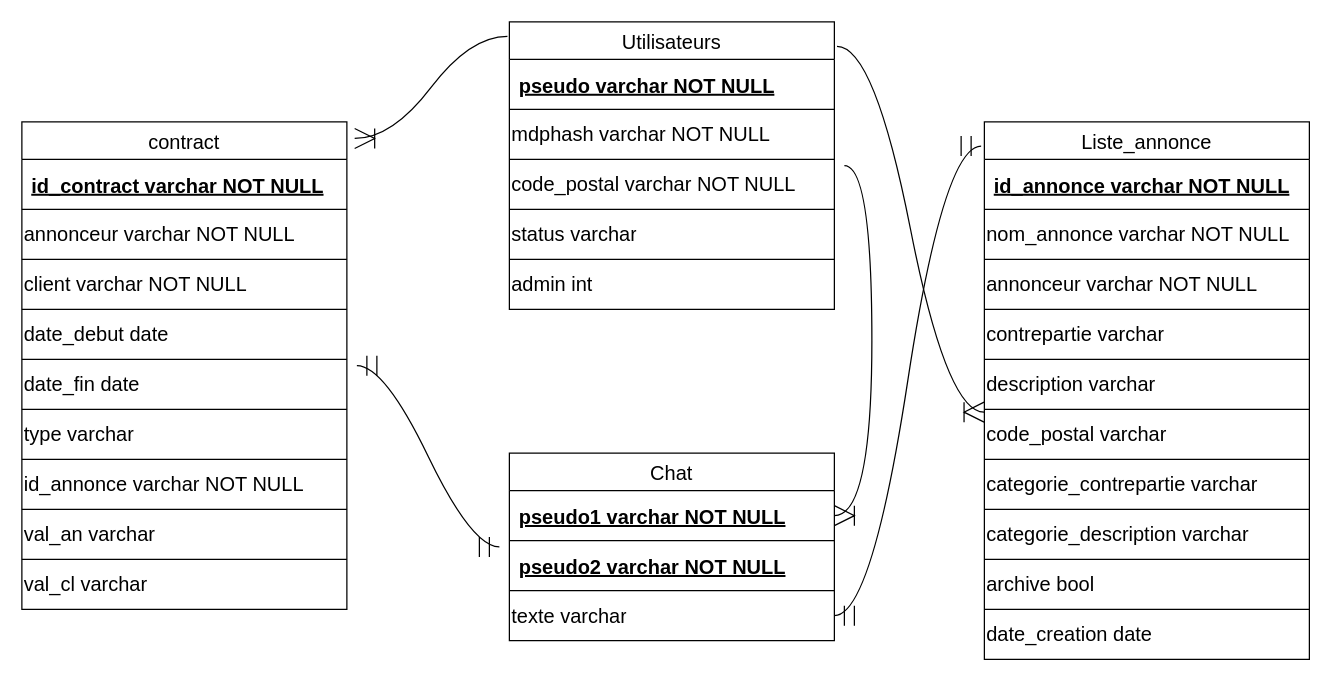
Earlier version of the draw.io diagram Rapport/Diagramme_DB.drawio (LeBoufty/ppii1). Source tidied: cells renumbered, new cells numbered last; positions are measured from the earlier drawing's top-left corner, leaving out a move shared by most shapes. Both pictures are drawn from the tidied source at 125%, with x=0, y=0 at pixel (21, 21).
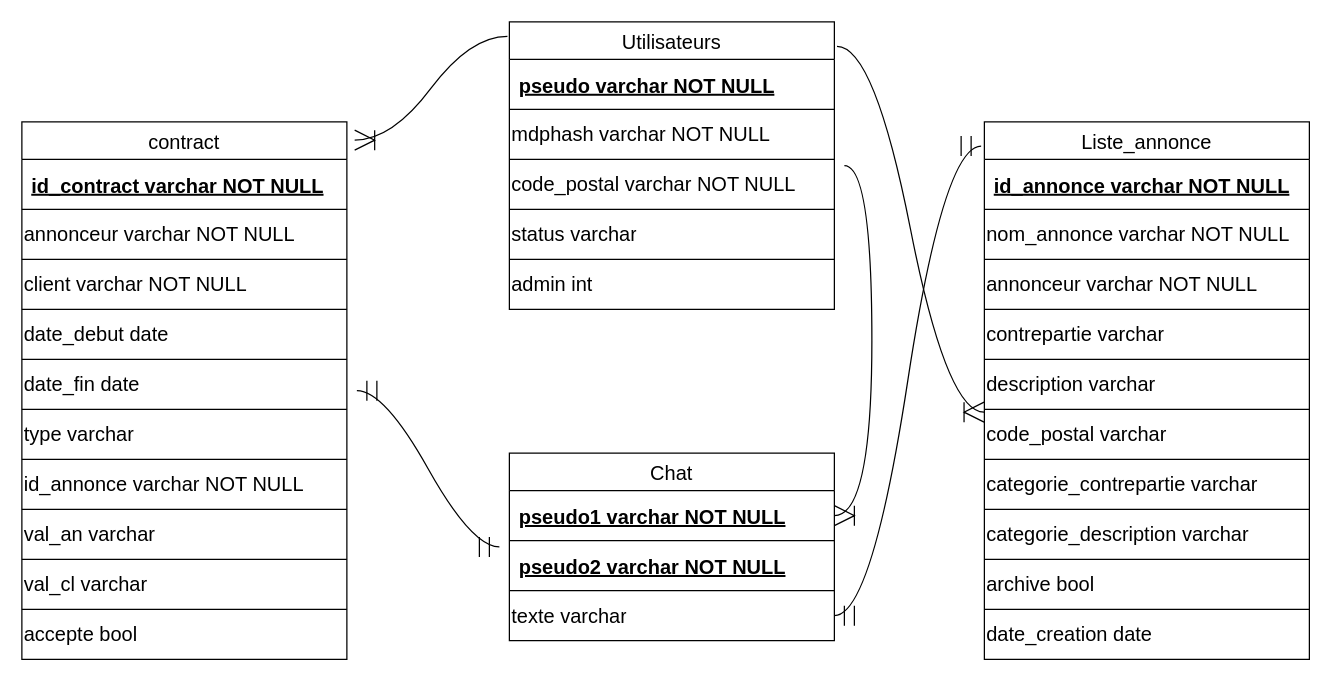
The same diagram, later.

Commit message (it also covers changes not shown here):
ajout d'une colonne accepte qui est un bool à la table contract de la DB. Modification des schémas en conséquence

The edit, as a diff of the source:
```diff
@@
     <mxCell id="41" value="contract" style="shape=table;startSize=30;childLayout=tableLayout;fontSize=16;" parent="1" vertex="1">
-      <mxGeometry y="80" width="260" height="390" as="geometry" />
+      <mxGeometry y="80" width="260" height="430" as="geometry" />
     </mxCell>
@@
+    <mxCell id="65" style="shape=tableRow;horizontal=0;startSize=0;swimlaneHead=0;swimlaneBody=0;top=0;left=0;bottom=0;right=0;fillColor=none;fontSize=16;" parent="41" vertex="1">
+      <mxGeometry y="390" width="260" height="40" as="geometry" />
+    </mxCell>
+    <mxCell id="66" value="accepte bool" style="shape=partialRectangle;html=1;whiteSpace=wrap;overflow=hidden;fillColor=none;top=0;left=0;bottom=0;right=0;fontSize=16;align=left;" parent="65" vertex="1">
+      <mxGeometry width="260" height="40" as="geometry" />
+    </mxCell>
```
